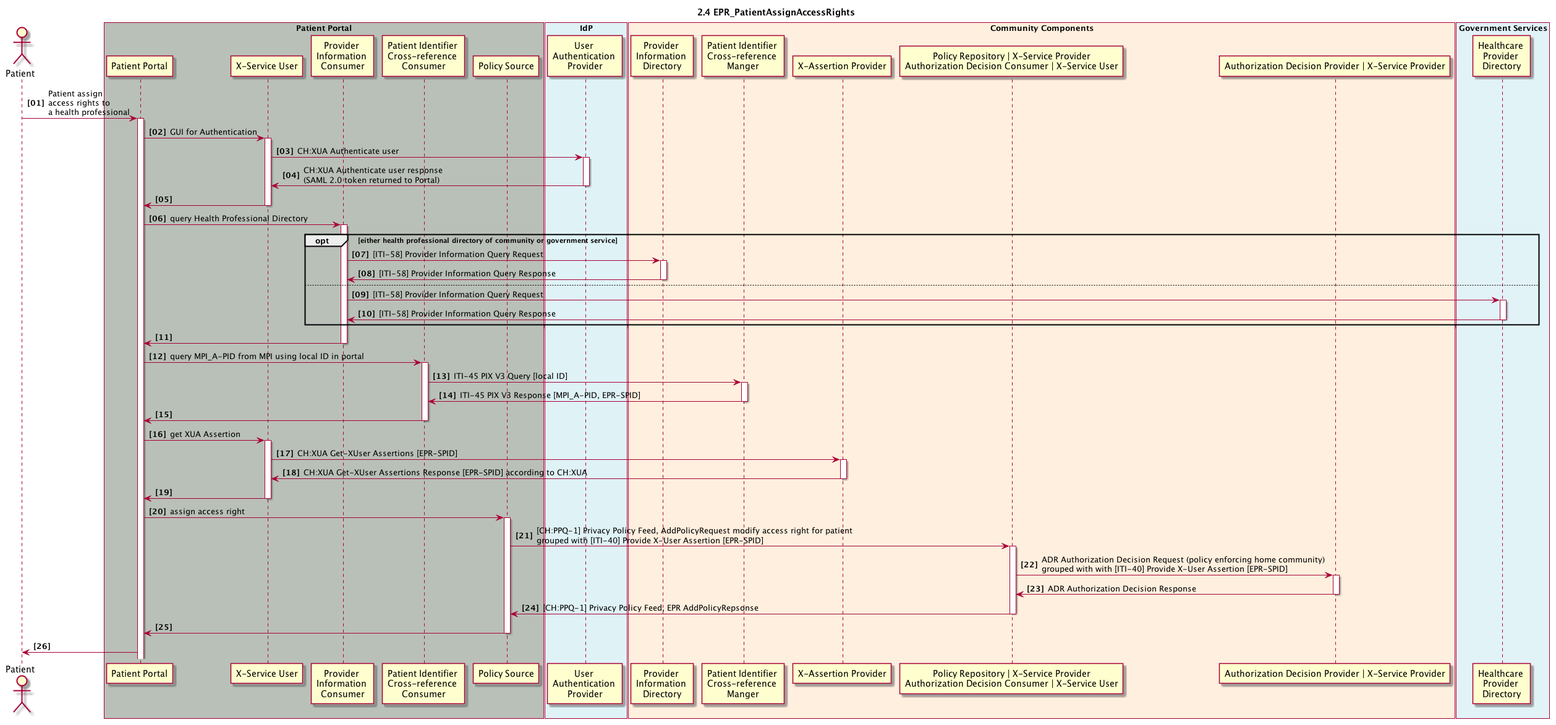
This is 2_04_EPR_PatientAssignAccessRights.plantuml.png from ahdis/ch-epr-seqdiag, a PlantUML export, as it was before one commit.
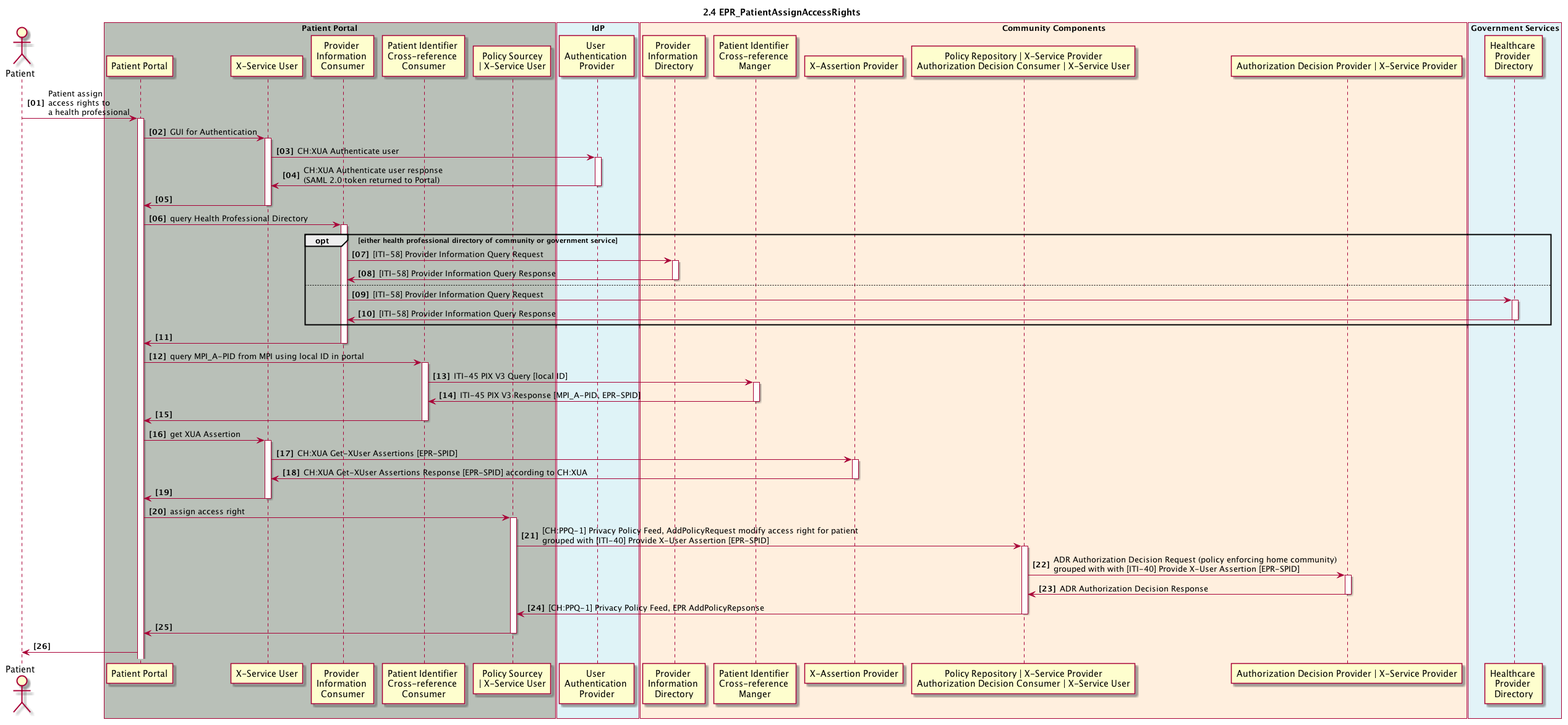
After the change.

Diff of the diagram source:
```diff
@@ -10,7 +10,7 @@
 	participant pp_x_service_user as "X-Service User"
 	participant pp_hpd_provider_info_consumer as "Provider \nInformation \nConsumer"
 	participant pp_pix_x_ref_consumer as "Patient Identifier \nCross-reference \nConsumer"
-	participant pp_ppq_policy_source as "Policy Source"
+	participant pp_ppq_policy_source as "Policy Sourcey\n| X-Service User"
 end box
 
 box "IdP" #DFF3F7
```
